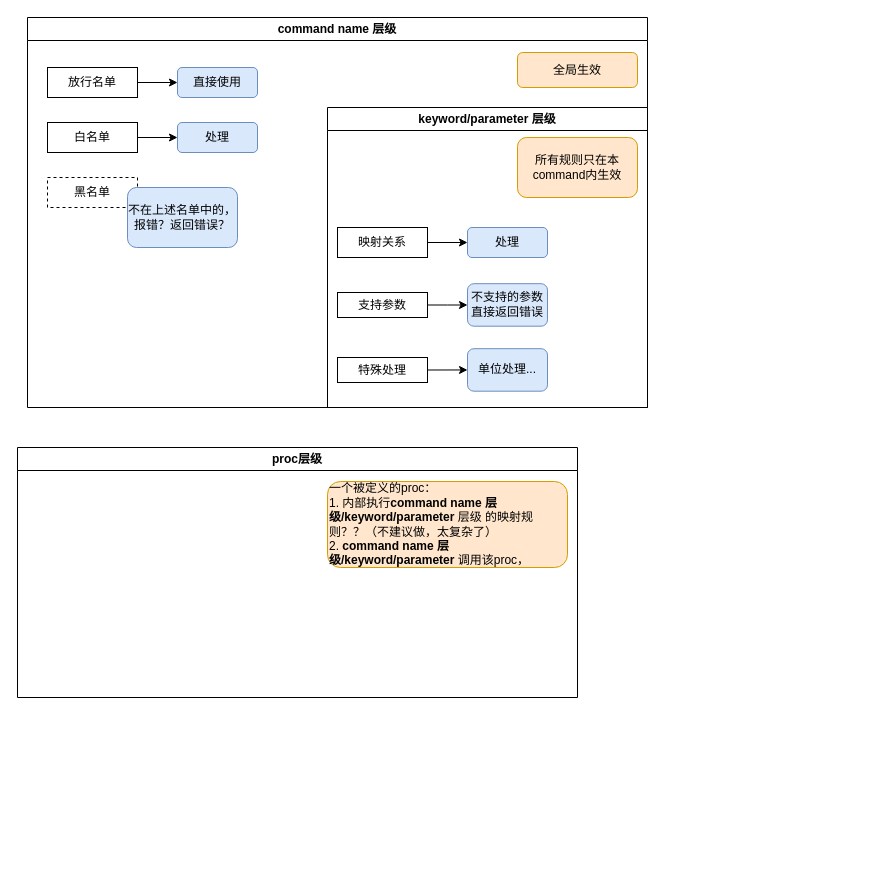
Above: convert_gt_tcl.drawio in FicmillaR/drawio (draw.io), before the change. Source tidied: cells renumbered, new cells numbered last; positions are measured from the earlier drawing's top-left corner, leaving out a move shared by most shapes. Both pictures are drawn from the tidied source at 100%, with x=0, y=0 at pixel (17, 17).
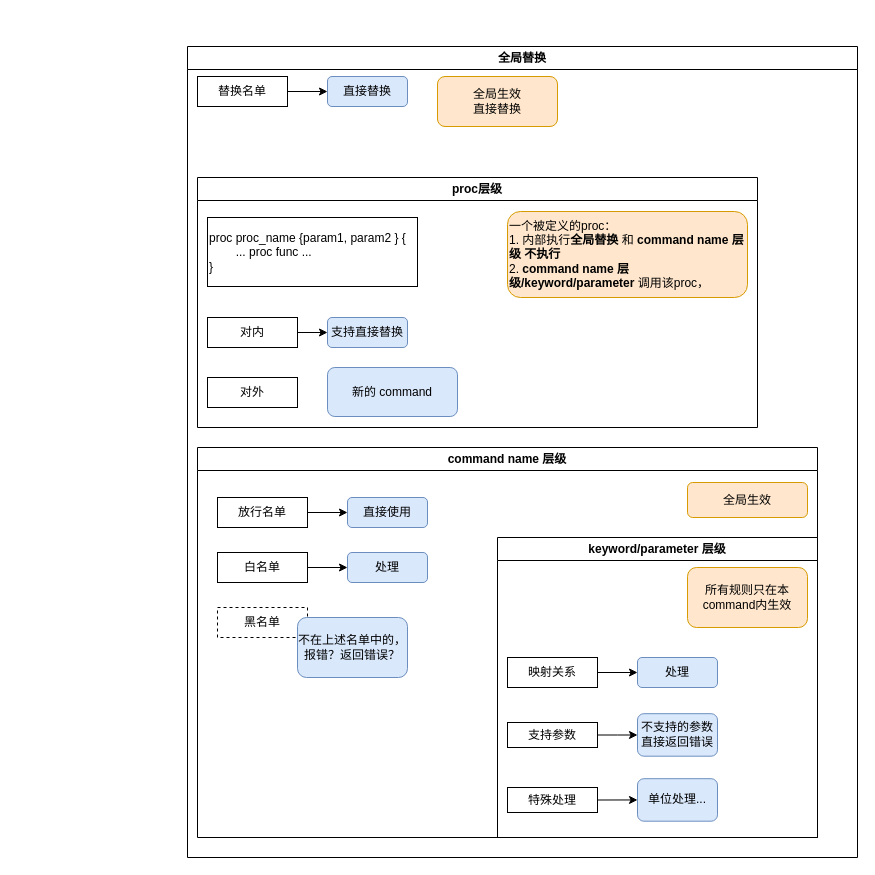
The same diagram, later.

Change to the diagram source:
```diff
@@
     <mxCell id="2" value="command name 层级" style="swimlane;whiteSpace=wrap;html=1;" parent="1" vertex="1">
-      <mxGeometry x="10" width="620" height="390" as="geometry" />
+      <mxGeometry x="180" y="430" width="620" height="390" as="geometry" />
     </mxCell>
@@
     <mxCell id="24" value="proc层级" style="swimlane;whiteSpace=wrap;html=1;" parent="1" vertex="1">
-      <mxGeometry y="430" width="560" height="250" as="geometry" />
+      <mxGeometry x="180" y="160" width="560" height="250" as="geometry" />
     </mxCell>
-    <mxCell id="25" value="一个被定义的proc：&lt;div&gt;1. 内部执行&lt;span style=&quot;font-weight: 700; background-color: initial;&quot;&gt;command name 层级/&lt;/span&gt;&lt;span style=&quot;font-weight: 700; background-color: initial;&quot;&gt;keyword/parameter &lt;/span&gt;&lt;span style=&quot;background-color: initial;&quot;&gt;层级 的映射规则？？（不建议做，太复杂了）&lt;/span&gt;&lt;/div&gt;&lt;div&gt;2.&amp;nbsp;&lt;span style=&quot;background-color: initial; font-weight: 700;&quot;&gt;command name 层级/&lt;/span&gt;&lt;span style=&quot;background-color: initial; font-weight: 700;&quot;&gt;keyword/parameter &lt;/span&gt;&lt;span style=&quot;background-color: initial;&quot;&gt;调用该proc，&lt;/span&gt;&lt;/div&gt;" style="rounded=1;whiteSpace=wrap;html=1;fillColor=#ffe6cc;strokeColor=#d79b00;align=left;" parent="24" vertex="1">
+    <mxCell id="25" value="一个被定义的proc：&lt;div&gt;1. 内部执行&lt;b&gt;全局替换 &lt;/b&gt;和&lt;b&gt;&amp;nbsp;&lt;/b&gt;&lt;span style=&quot;font-weight: 700; text-align: center;&quot;&gt;command name 层级&lt;/span&gt;&lt;b&gt;&amp;nbsp;不执行&amp;nbsp;&lt;/b&gt;&lt;/div&gt;&lt;div&gt;2.&amp;nbsp;&lt;span style=&quot;background-color: initial; font-weight: 700;&quot;&gt;command name 层级/&lt;/span&gt;&lt;span style=&quot;background-color: initial; font-weight: 700;&quot;&gt;keyword/parameter &lt;/span&gt;&lt;span style=&quot;background-color: initial;&quot;&gt;调用该proc，&lt;/span&gt;&lt;/div&gt;" style="rounded=1;whiteSpace=wrap;html=1;fillColor=#ffe6cc;strokeColor=#d79b00;align=left;" parent="24" vertex="1">
       <mxGeometry x="310" y="34" width="240" height="86" as="geometry" />
     </mxCell>
+    <mxCell id="26" value="全局替换" style="swimlane;whiteSpace=wrap;html=1;" parent="1" vertex="1">
+      <mxGeometry x="170" y="29" width="670" height="811" as="geometry" />
+    </mxCell>
+    <mxCell id="27" style="edgeStyle=orthogonalEdgeStyle;rounded=0;jettySize=auto;html=1;entryX=0;entryY=0.5;entryDx=0;entryDy=0;" parent="26" edge="1" source="28" target="29">
+      <mxGeometry relative="1" as="geometry" />
+    </mxCell>
+    <mxCell id="28" value="替换名单" style="rounded=0;whiteSpace=wrap;html=1;" parent="26" vertex="1">
+      <mxGeometry x="10" y="30" width="90" height="30" as="geometry" />
+    </mxCell>
+    <mxCell id="29" value="直接替换" style="rounded=1;whiteSpace=wrap;html=1;fillColor=#dae8fc;strokeColor=#6c8ebf;" parent="26" vertex="1">
+      <mxGeometry x="140" y="30" width="80" height="30" as="geometry" />
+    </mxCell>
+    <mxCell id="30" value="全局生效&lt;div&gt;直接替换&lt;/div&gt;" style="rounded=1;whiteSpace=wrap;html=1;fillColor=#ffe6cc;strokeColor=#d79b00;" parent="26" vertex="1">
+      <mxGeometry x="250" y="30" width="120" height="50" as="geometry" />
+    </mxCell>
+    <mxCell id="31" value="对内" style="rounded=0;whiteSpace=wrap;html=1;" parent="26" vertex="1">
+      <mxGeometry x="20" y="271" width="90" height="30" as="geometry" />
+    </mxCell>
+    <mxCell id="32" value="支持直接替换" style="rounded=1;whiteSpace=wrap;html=1;fillColor=#dae8fc;strokeColor=#6c8ebf;" parent="26" vertex="1">
+      <mxGeometry x="140" y="271" width="80" height="30" as="geometry" />
+    </mxCell>
+    <mxCell id="33" value="对外" style="rounded=0;whiteSpace=wrap;html=1;" parent="26" vertex="1">
+      <mxGeometry x="20" y="331" width="90" height="30" as="geometry" />
+    </mxCell>
+    <mxCell id="34" style="edgeStyle=orthogonalEdgeStyle;rounded=0;jettySize=auto;html=1;exitX=1;exitY=0.5;exitDx=0;exitDy=0;entryX=0;entryY=0.5;entryDx=0;entryDy=0;" parent="26" edge="1" source="31" target="32">
+      <mxGeometry relative="1" as="geometry" />
+    </mxCell>
+    <mxCell id="35" value="proc proc_name {param1, param2 } {&lt;div&gt;&lt;span style=&quot;white-space: pre;&quot;&gt;&#9;&lt;/span&gt;... proc func ...&lt;/div&gt;&lt;div&gt;}&lt;/div&gt;" style="rounded=0;whiteSpace=wrap;html=1;align=left;" parent="26" vertex="1">
+      <mxGeometry x="20" y="171" width="210" height="69" as="geometry" />
+    </mxCell>
+    <mxCell id="36" value="新的 command" style="rounded=1;whiteSpace=wrap;html=1;fillColor=#dae8fc;strokeColor=#6c8ebf;" parent="26" vertex="1">
+      <mxGeometry x="140" y="321" width="130" height="49" as="geometry" />
+    </mxCell>
```
